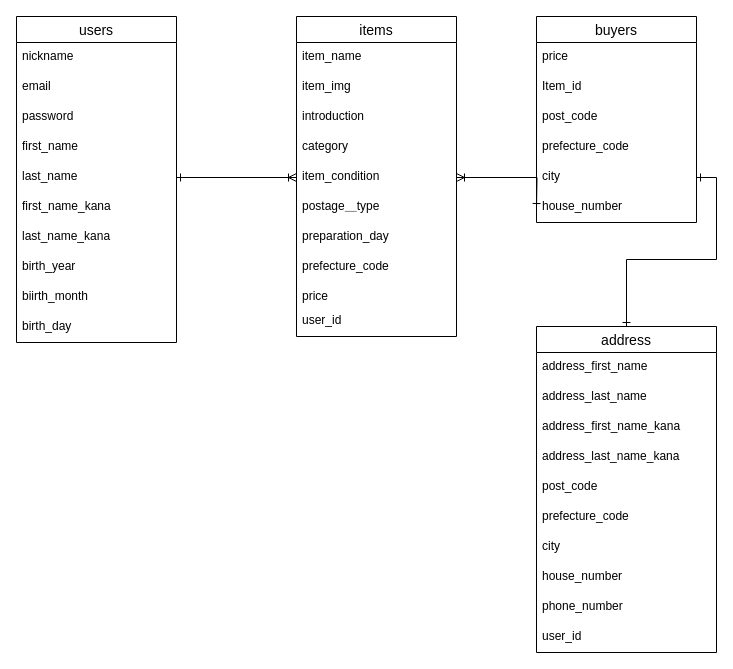
The draw.io diagram furima.dio in arakinocode/furima-33028, before the edit. Source tidied: cells renumbered, new cells numbered last; positions are measured from the earlier drawing's top-left corner, leaving out a move shared by most shapes. Both pictures are drawn from the tidied source at 100%, with x=0, y=0 at pixel (16, 16).
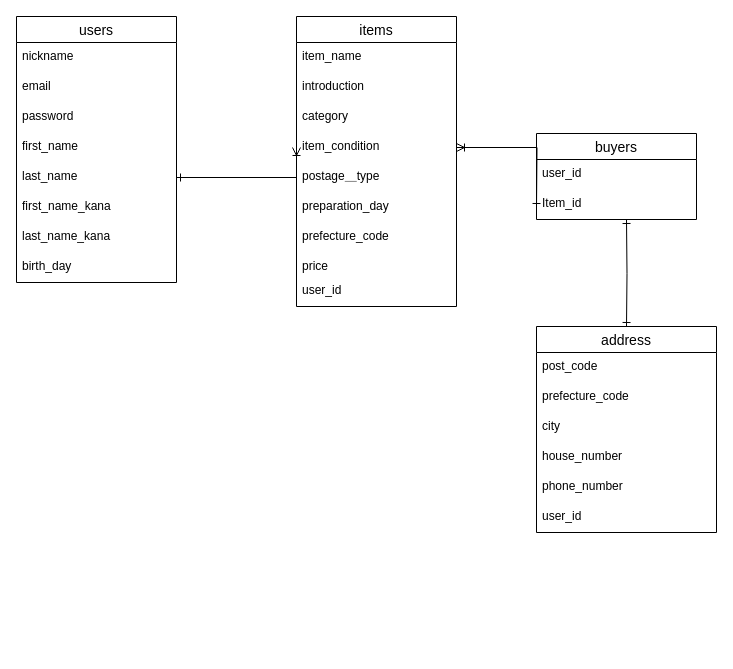
The same diagram, later.

Commit message (it also covers changes not shown here):
テーブル設計(ER図)の編集

The edit, as a diff of the source:
```diff
@@
     <mxCell id="2" value="users" style="swimlane;fontStyle=0;horizontal=1;startSize=26;align=center;fontSize=14;" parent="1" vertex="1">
-      <mxGeometry width="160" height="326" as="geometry" />
+      <mxGeometry width="160" height="266" as="geometry" />
     </mxCell>
@@
-    <mxCell id="10" value="birth_year" style="text;strokeColor=none;fillColor=none;spacingLeft=4;spacingRight=4;overflow=hidden;fontSize=12;" parent="2" vertex="1">
-      <mxGeometry y="236" width="160" height="30" as="geometry" />
-    </mxCell>
-    <mxCell id="11" value="biirth_month" style="text;strokeColor=none;fillColor=none;spacingLeft=4;spacingRight=4;overflow=hidden;fontSize=12;" parent="2" vertex="1">
-      <mxGeometry y="266" width="160" height="30" as="geometry" />
-    </mxCell>
     <mxCell id="12" value="birth_day" style="text;strokeColor=none;fillColor=none;spacingLeft=4;spacingRight=4;overflow=hidden;fontSize=12;" parent="2" vertex="1">
-      <mxGeometry y="296" width="160" height="30" as="geometry" />
+      <mxGeometry y="236" width="160" height="30" as="geometry" />
     </mxCell>
     <mxCell id="13" value="items" style="swimlane;fontStyle=0;horizontal=1;startSize=26;align=center;fontSize=14;" parent="1" vertex="1">
-      <mxGeometry x="280" width="160" height="320" as="geometry" />
+      <mxGeometry x="280" width="160" height="290" as="geometry" />
     </mxCell>
@@
-    <mxCell id="15" value="item_img" style="text;strokeColor=none;fillColor=none;spacingLeft=4;spacingRight=4;overflow=hidden;fontSize=12;" parent="13" vertex="1">
-      <mxGeometry y="56" width="160" height="30" as="geometry" />
-    </mxCell>
     <mxCell id="16" value="introduction" style="text;strokeColor=none;fillColor=none;spacingLeft=4;spacingRight=4;overflow=hidden;fontSize=12;" parent="13" vertex="1">
-      <mxGeometry y="86" width="160" height="30" as="geometry" />
+      <mxGeometry y="56" width="160" height="30" as="geometry" />
     </mxCell>
     <mxCell id="17" value="category" style="text;strokeColor=none;fillColor=none;spacingLeft=4;spacingRight=4;overflow=hidden;fontSize=12;" parent="13" vertex="1">
-      <mxGeometry y="116" width="160" height="30" as="geometry" />
+      <mxGeometry y="86" width="160" height="30" as="geometry" />
     </mxCell>
     <mxCell id="18" value="item_condition" style="text;strokeColor=none;fillColor=none;spacingLeft=4;spacingRight=4;overflow=hidden;points=[[0,0.5],[1,0.5]];portConstraint=eastwest;fontSize=12;" parent="13" vertex="1">
-      <mxGeometry y="146" width="160" height="30" as="geometry" />
+      <mxGeometry y="116" width="160" height="30" as="geometry" />
     </mxCell>
     <mxCell id="19" value="postage＿type" style="text;strokeColor=none;fillColor=none;spacingLeft=4;spacingRight=4;overflow=hidden;fontSize=12;" parent="13" vertex="1">
-      <mxGeometry y="176" width="160" height="30" as="geometry" />
+      <mxGeometry y="146" width="160" height="30" as="geometry" />
     </mxCell>
     <mxCell id="20" value="preparation_day" style="text;strokeColor=none;fillColor=none;spacingLeft=4;spacingRight=4;overflow=hidden;fontSize=12;" parent="13" vertex="1">
-      <mxGeometry y="206" width="160" height="30" as="geometry" />
+      <mxGeometry y="176" width="160" height="30" as="geometry" />
     </mxCell>
     <mxCell id="21" value="prefecture_code" style="text;strokeColor=none;fillColor=none;spacingLeft=4;spacingRight=4;overflow=hidden;fontSize=12;" parent="13" vertex="1">
-      <mxGeometry y="236" width="160" height="30" as="geometry" />
+      <mxGeometry y="206" width="160" height="30" as="geometry" />
     </mxCell>
     <mxCell id="22" value="price" style="text;strokeColor=none;fillColor=none;spacingLeft=4;spacingRight=4;overflow=hidden;fontSize=12;" parent="13" vertex="1">
-      <mxGeometry y="266" width="160" height="24" as="geometry" />
+      <mxGeometry y="236" width="160" height="24" as="geometry" />
     </mxCell>
     <mxCell id="23" value="user_id" style="text;strokeColor=none;fillColor=none;spacingLeft=4;spacingRight=4;overflow=hidden;fontSize=12;" parent="13" vertex="1">
-      <mxGeometry y="290" width="160" height="30" as="geometry" />
+      <mxGeometry y="260" width="160" height="30" as="geometry" />
     </mxCell>
     <mxCell id="24" value="buyers" style="swimlane;fontStyle=0;horizontal=1;startSize=26;align=center;fontSize=14;" parent="1" vertex="1">
-      <mxGeometry x="520" width="160" height="206" as="geometry" />
+      <mxGeometry x="520" y="117" width="160" height="86" as="geometry" />
     </mxCell>
-    <mxCell id="25" value="price" style="text;strokeColor=none;fillColor=none;spacingLeft=4;spacingRight=4;overflow=hidden;fontSize=12;" parent="24" vertex="1">
-      <mxGeometry y="26" width="160" height="30" as="geometry" />
-    </mxCell>
+    <mxCell id="45" value="user_id" style="text;strokeColor=none;fillColor=none;spacingLeft=4;spacingRight=4;overflow=hidden;fontSize=12;" parent="24" vertex="1">
+      <mxGeometry y="26" width="160" height="30" as="geometry" />
+    </mxCell>
@@
-    <mxCell id="27" value="post_code" style="text;strokeColor=none;fillColor=none;spacingLeft=4;spacingRight=4;overflow=hidden;fontSize=12;" parent="24" vertex="1">
-      <mxGeometry y="86" width="160" height="30" as="geometry" />
-    </mxCell>
-    <mxCell id="28" value="prefecture_code" style="text;strokeColor=none;fillColor=none;spacingLeft=4;spacingRight=4;overflow=hidden;fontSize=12;" parent="24" vertex="1">
-      <mxGeometry y="116" width="160" height="30" as="geometry" />
-    </mxCell>
-    <mxCell id="29" value="city" style="text;strokeColor=none;fillColor=none;spacingLeft=4;spacingRight=4;overflow=hidden;points=[[0,0.5],[1,0.5]];portConstraint=eastwest;fontSize=12;" parent="24" vertex="1">
-      <mxGeometry y="146" width="160" height="30" as="geometry" />
-    </mxCell>
-    <mxCell id="30" value="house_number" style="text;strokeColor=none;fillColor=none;spacingLeft=4;spacingRight=4;overflow=hidden;fontSize=12;" parent="24" vertex="1">
-      <mxGeometry y="176" width="160" height="30" as="geometry" />
-    </mxCell>
     <mxCell id="31" value="address" style="swimlane;fontStyle=0;horizontal=1;startSize=26;align=center;fontSize=14;" parent="1" vertex="1">
-      <mxGeometry x="520" y="310" width="180" height="326" as="geometry" />
+      <mxGeometry x="520" y="310" width="180" height="206" as="geometry" />
     </mxCell>
-    <mxCell id="32" value="address_first_name" style="text;strokeColor=none;fillColor=none;spacingLeft=4;spacingRight=4;overflow=hidden;fontSize=12;" parent="31" vertex="1">
-      <mxGeometry y="26" width="180" height="30" as="geometry" />
-    </mxCell>
-    <mxCell id="33" value="address_last_name" style="text;strokeColor=none;fillColor=none;spacingLeft=4;spacingRight=4;overflow=hidden;fontSize=12;" parent="31" vertex="1">
-      <mxGeometry y="56" width="180" height="30" as="geometry" />
-    </mxCell>
-    <mxCell id="34" value="address_first_name_kana" style="text;strokeColor=none;fillColor=none;spacingLeft=4;spacingRight=4;overflow=hidden;fontSize=12;" parent="31" vertex="1">
-      <mxGeometry y="86" width="180" height="30" as="geometry" />
-    </mxCell>
-    <mxCell id="35" value="address_last_name_kana" style="text;strokeColor=none;fillColor=none;spacingLeft=4;spacingRight=4;overflow=hidden;fontSize=12;" parent="31" vertex="1">
-      <mxGeometry y="116" width="180" height="30" as="geometry" />
-    </mxCell>
     <mxCell id="36" value="post_code" style="text;strokeColor=none;fillColor=none;spacingLeft=4;spacingRight=4;overflow=hidden;fontSize=12;" parent="31" vertex="1">
-      <mxGeometry y="146" width="180" height="30" as="geometry" />
+      <mxGeometry y="26" width="180" height="30" as="geometry" />
     </mxCell>
     <mxCell id="37" value="prefecture_code" style="text;strokeColor=none;fillColor=none;spacingLeft=4;spacingRight=4;overflow=hidden;fontSize=12;" parent="31" vertex="1">
-      <mxGeometry y="176" width="180" height="30" as="geometry" />
+      <mxGeometry y="56" width="180" height="30" as="geometry" />
     </mxCell>
     <mxCell id="38" value="city" style="text;strokeColor=none;fillColor=none;spacingLeft=4;spacingRight=4;overflow=hidden;fontSize=12;" parent="31" vertex="1">
-      <mxGeometry y="206" width="180" height="30" as="geometry" />
+      <mxGeometry y="86" width="180" height="30" as="geometry" />
     </mxCell>
     <mxCell id="39" value="house_number" style="text;strokeColor=none;fillColor=none;spacingLeft=4;spacingRight=4;overflow=hidden;fontSize=12;" parent="31" vertex="1">
-      <mxGeometry y="236" width="180" height="30" as="geometry" />
+      <mxGeometry y="116" width="180" height="30" as="geometry" />
     </mxCell>
     <mxCell id="40" value="phone_number" style="text;strokeColor=none;fillColor=none;spacingLeft=4;spacingRight=4;overflow=hidden;fontSize=12;" parent="31" vertex="1">
-      <mxGeometry y="266" width="180" height="30" as="geometry" />
+      <mxGeometry y="146" width="180" height="30" as="geometry" />
     </mxCell>
     <mxCell id="41" value="user_id" style="text;strokeColor=none;fillColor=none;spacingLeft=4;spacingRight=4;overflow=hidden;fontSize=12;" parent="31" vertex="1">
-      <mxGeometry y="296" width="180" height="30" as="geometry" />
+      <mxGeometry y="176" width="180" height="30" as="geometry" />
     </mxCell>
@@
-    <mxCell id="44" style="edgeStyle=orthogonalEdgeStyle;rounded=0;jettySize=auto;html=1;exitX=1;exitY=0.5;exitDx=0;exitDy=0;entryX=0.5;entryY=0;entryDx=0;entryDy=0;startArrow=ERone;startFill=0;endArrow=ERone;endFill=0;strokeWidth=1;" parent="1" edge="1" source="29" target="31">
-      <mxGeometry relative="1" as="geometry" />
+    <mxCell id="44" style="edgeStyle=orthogonalEdgeStyle;rounded=0;jettySize=auto;html=1;entryX=0.5;entryY=0;entryDx=0;entryDy=0;startArrow=ERone;startFill=0;endArrow=ERone;endFill=0;strokeWidth=1;" parent="1" edge="1" target="31">
+      <mxGeometry relative="1" as="geometry">
+        <mxPoint x="610" y="203" as="sourcePoint" />
+      </mxGeometry>
     </mxCell>
```
